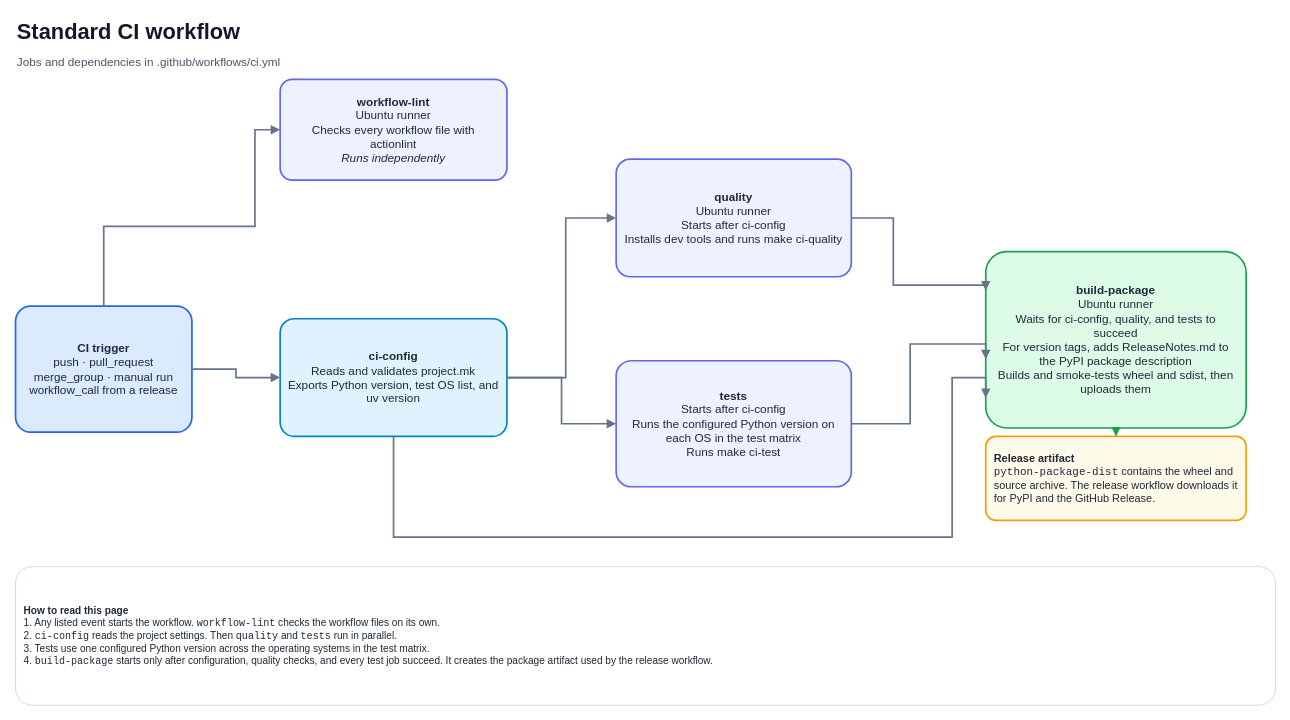
Above: page "1 · Standard CI" (1 of 4) of docs/ci-workflows.drawio in GaaabLiz/Python-ci-make-template (draw.io), before the change. Source tidied: cells renumbered, new cells numbered last; positions are measured from the earlier drawing's top-left corner, leaving out a move shared by most shapes. Both pictures are drawn from the tidied source at 84%, with x=0, y=0 at pixel (15, 14).
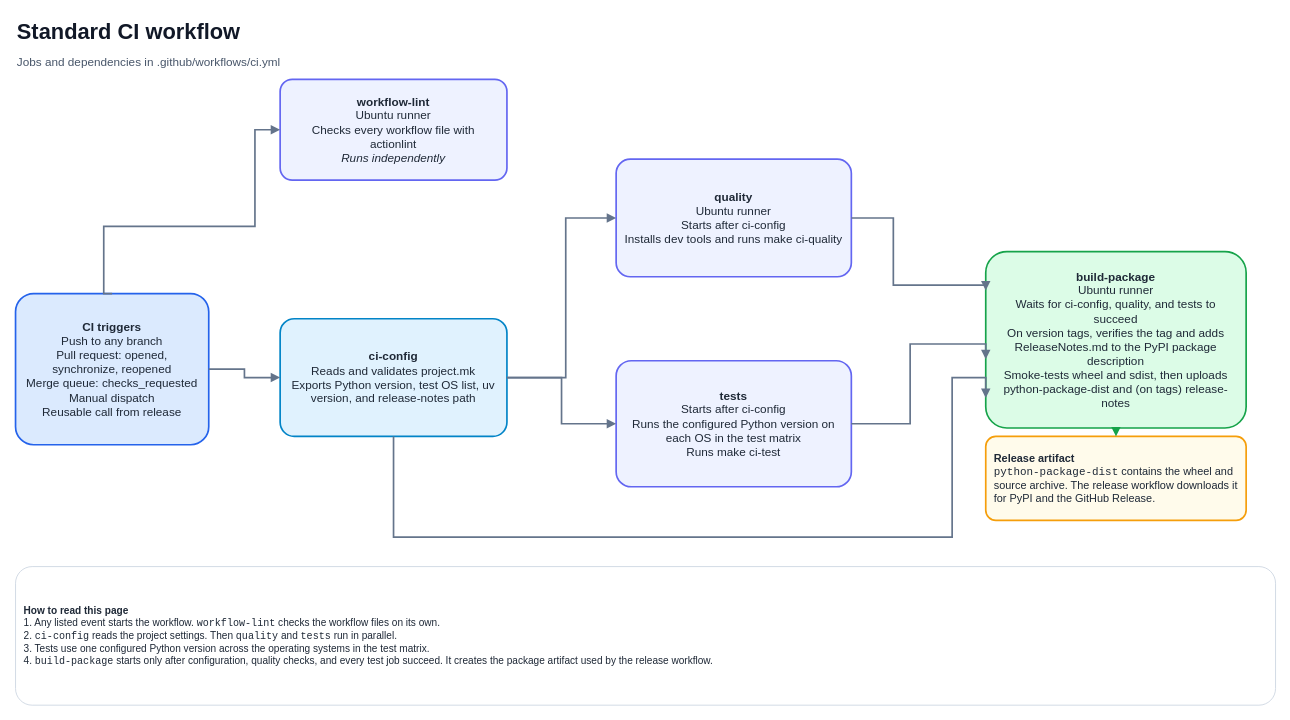
After the change.

What changed in the source:
```diff
@@
-    <mxCell id="4" value="&lt;b&gt;CI trigger&lt;/b&gt;&lt;br&gt;push · pull_request&lt;br&gt;merge_group · manual run&lt;br&gt;workflow_call from a release" style="rounded=1;whiteSpace=wrap;html=1;align=center;verticalAlign=middle;fontFamily=Helvetica;fontSize=14;fontColor=#1f2937;spacing=10;fillColor=#dbeafe;strokeColor=#2563eb;strokeWidth=2;arcSize=12;" parent="1" vertex="1">
-      <mxGeometry y="347" width="210" height="150" as="geometry" />
+    <mxCell id="4" value="&lt;b&gt;CI triggers&lt;/b&gt;&lt;br&gt;Push to any branch&lt;br&gt;Pull request: opened, synchronize, reopened&lt;br&gt;Merge queue: checks_requested&lt;br&gt;Manual dispatch&lt;br&gt;Reusable call from release" style="rounded=1;whiteSpace=wrap;html=1;align=center;verticalAlign=middle;fontFamily=Helvetica;fontSize=14;fontColor=#1f2937;spacing=10;fillColor=#dbeafe;strokeColor=#2563eb;strokeWidth=2;arcSize=12;" parent="1" vertex="1">
+      <mxGeometry y="332" width="230" height="180" as="geometry" />
     </mxCell>
@@
-    <mxCell id="6" value="&lt;b&gt;ci-config&lt;/b&gt;&lt;br&gt;Reads and validates project.mk&lt;br&gt;Exports Python version, test OS list, and uv version" style="rounded=1;whiteSpace=wrap;html=1;align=center;verticalAlign=middle;fontFamily=Helvetica;fontSize=14;fontColor=#1f2937;spacing=10;fillColor=#e0f2fe;strokeColor=#0284c7;strokeWidth=2;arcSize=12;" parent="1" vertex="1">
+    <mxCell id="6" value="&lt;b&gt;ci-config&lt;/b&gt;&lt;br&gt;Reads and validates project.mk&lt;br&gt;Exports Python version, test OS list, uv version, and release-notes path" style="rounded=1;whiteSpace=wrap;html=1;align=center;verticalAlign=middle;fontFamily=Helvetica;fontSize=14;fontColor=#1f2937;spacing=10;fillColor=#e0f2fe;strokeColor=#0284c7;strokeWidth=2;arcSize=12;" parent="1" vertex="1">
       <mxGeometry x="315" y="362" width="270" height="140" as="geometry" />
     </mxCell>
@@
-    <mxCell id="9" value="&lt;b&gt;build-package&lt;/b&gt;&lt;br&gt;Ubuntu runner&lt;br&gt;Waits for ci-config, quality, and tests to succeed&lt;br&gt;For version tags, adds ReleaseNotes.md to the PyPI package description&lt;br&gt;Builds and smoke-tests wheel and sdist, then uploads them" style="rounded=1;whiteSpace=wrap;html=1;align=center;verticalAlign=middle;fontFamily=Helvetica;fontSize=14;fontColor=#1f2937;spacing=10;fillColor=#dcfce7;strokeColor=#16a34a;strokeWidth=2;arcSize=12;" parent="1" vertex="1">
+    <mxCell id="9" value="&lt;b&gt;build-package&lt;/b&gt;&lt;br&gt;Ubuntu runner&lt;br&gt;Waits for ci-config, quality, and tests to succeed&lt;br&gt;On version tags, verifies the tag and adds ReleaseNotes.md to the PyPI package description&lt;br&gt;Smoke-tests wheel and sdist, then uploads python-package-dist and (on tags) release-notes" style="rounded=1;whiteSpace=wrap;html=1;align=center;verticalAlign=middle;fontFamily=Helvetica;fontSize=14;fontColor=#1f2937;spacing=10;fillColor=#dcfce7;strokeColor=#16a34a;strokeWidth=2;arcSize=12;" parent="1" vertex="1">
       <mxGeometry x="1155" y="282" width="310" height="210" as="geometry" />
     </mxCell>
```
